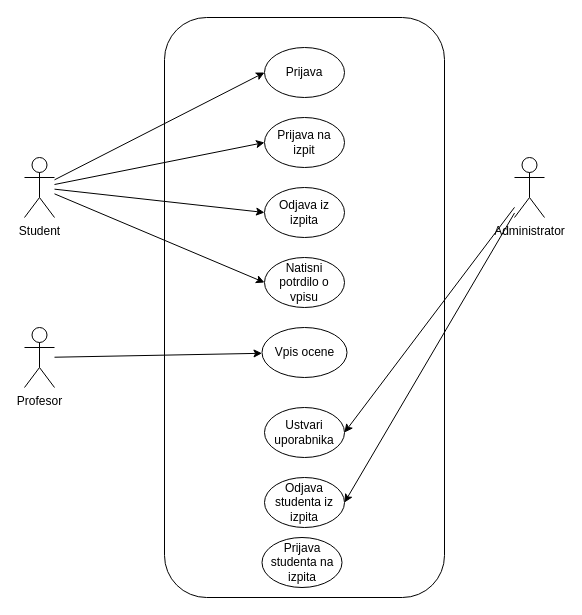
ErnestISv/Lovstvo keeps this draw.io diagram as UseCaseStudis.drawio. Above is the earlier version. Source tidied: cells renumbered, new cells numbered last; positions are measured from the earlier drawing's top-left corner, leaving out a move shared by most shapes. Both pictures are drawn from the tidied source at 100%, with x=0, y=0 at pixel (24, 17).
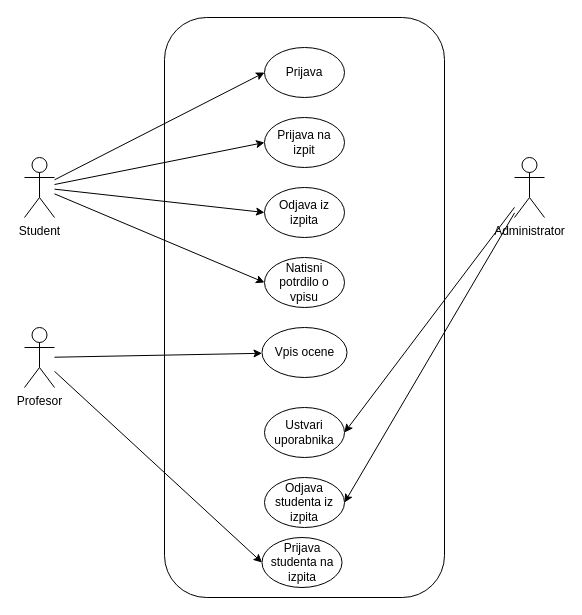
After the change.

Unchanged cells that the change refers to:
```xml
<mxCell id="17" value="Profesor" style="shape=umlActor;verticalLabelPosition=bottom;verticalAlign=top;html=1;outlineConnect=0;" parent="1" vertex="1">
  <mxGeometry y="310" width="30" height="60" as="geometry" />
</mxCell>
<mxCell id="20" value="Prijava studenta na izpita" style="ellipse;whiteSpace=wrap;html=1;" parent="1" vertex="1">
  <mxGeometry x="237.5" y="520" width="80" height="50" as="geometry" />
</mxCell>
```

The edit, as a diff of the source:
```diff
@@
+    <mxCell id="21" style="endArrow=classic;html=1;rounded=0;entryX=0;entryY=0.5;entryDx=0;entryDy=0;" parent="1" edge="1" source="17" target="20">
+      <mxGeometry relative="1" as="geometry" />
+    </mxCell>
```
